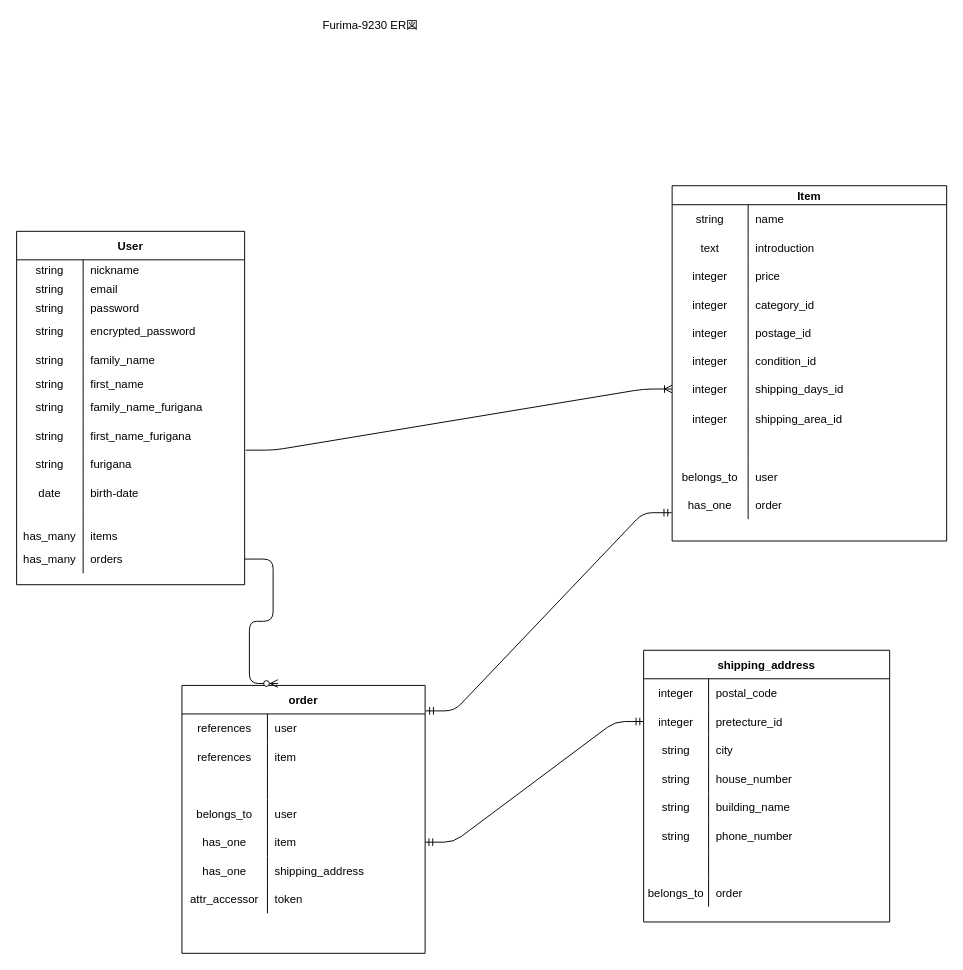
The draw.io diagram test.dio in makuto114/furima-9230, before the edit. Source tidied: cells renumbered, new cells numbered last; positions are measured from the earlier drawing's top-left corner, leaving out a move shared by most shapes. Both pictures are drawn from the tidied source at 95%, with x=0, y=0 at pixel (16, 16).
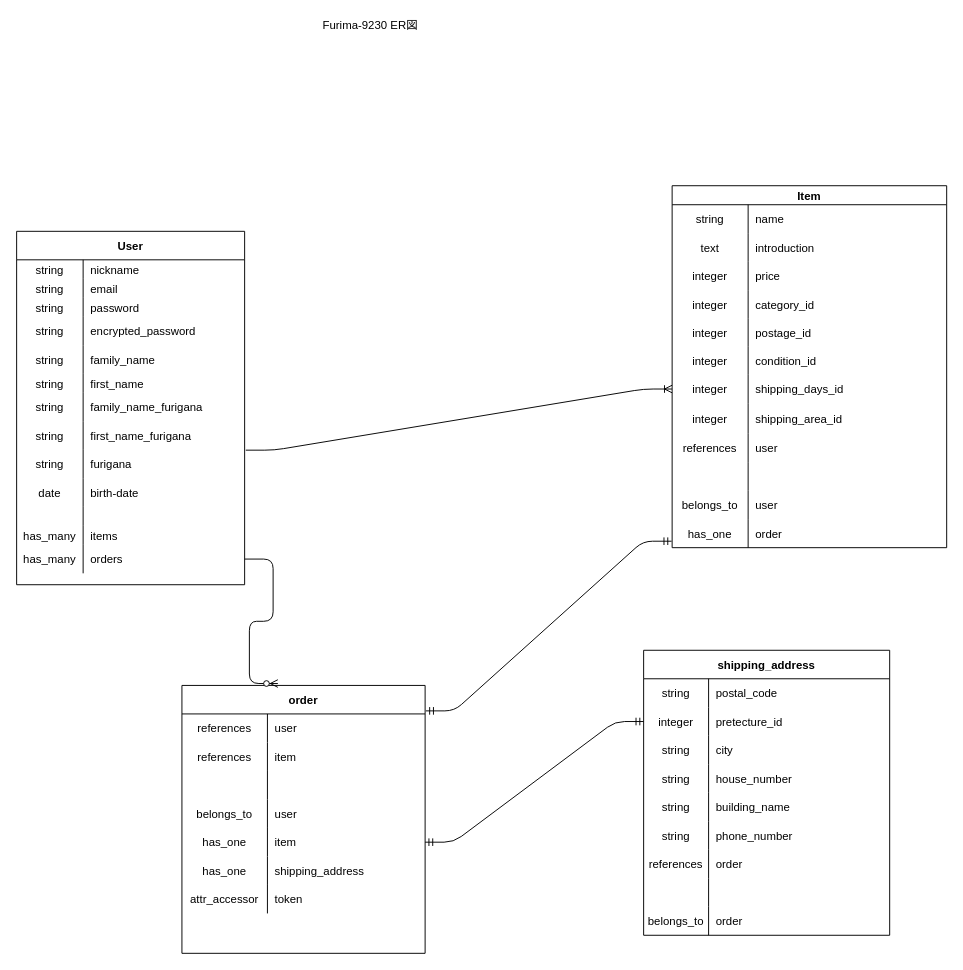
Above is the later version.

The change refers to these unchanged cells:
```xml
<mxCell id="102" style="shape=partialRectangle;fillColor=none;top=0;left=0;bottom=0;right=0;" parent="101" vertex="1">
  <mxGeometry y="30" width="259" height="30" as="geometry" />
</mxCell>
```

Change to the diagram source:
```diff
@@
     <mxCell id="42" value="Item" style="shape=table;startSize=20;childLayout=tableLayout;rowLines=0;fontStyle=1;align=center;" parent="1" vertex="1">
-      <mxGeometry x="690" y="178" width="289" height="374" as="geometry" />
+      <mxGeometry x="690" y="178" width="289" height="381" as="geometry" />
     </mxCell>
@@
+    <mxCell id="128" style="shape=partialRectangle;fillColor=none;top=0;left=0;bottom=0;right=0;" parent="42" vertex="1">
+      <mxGeometry y="261" width="289" height="30" as="geometry" />
+    </mxCell>
+    <mxCell id="129" value="references" style="shape=partialRectangle;fillColor=none;top=0;left=0;bottom=0;right=0;overflow=hidden;" parent="128" vertex="1">
+      <mxGeometry width="80" height="30" as="geometry" />
+    </mxCell>
+    <mxCell id="130" value="user" style="shape=partialRectangle;fillColor=none;top=0;left=0;bottom=0;right=0;align=left;spacingLeft=6;overflow=hidden;" parent="128" vertex="1">
+      <mxGeometry x="80" width="209" height="30" as="geometry" />
+    </mxCell>
     <mxCell id="67" style="shape=partialRectangle;fillColor=none;top=0;left=0;bottom=0;right=0;" parent="42" vertex="1">
-      <mxGeometry y="261" width="289" height="30" as="geometry" />
+      <mxGeometry y="291" width="289" height="30" as="geometry" />
     </mxCell>
@@
     <mxCell id="70" style="shape=partialRectangle;fillColor=none;top=0;left=0;bottom=0;right=0;" parent="42" vertex="1">
-      <mxGeometry y="291" width="289" height="30" as="geometry" />
+      <mxGeometry y="321" width="289" height="30" as="geometry" />
     </mxCell>
@@
     <mxCell id="73" style="shape=partialRectangle;fillColor=none;top=0;left=0;bottom=0;right=0;points=[[0,0.5],[1,0.5]];portConstraint=eastwest;" parent="42" vertex="1">
-      <mxGeometry y="321" width="289" height="30" as="geometry" />
+      <mxGeometry y="351" width="289" height="30" as="geometry" />
     </mxCell>
@@
     <mxCell id="101" value="shipping_address" style="shape=table;startSize=30;childLayout=tableLayout;rowLines=0;fontStyle=1;align=center;" parent="1" vertex="1">
-      <mxGeometry x="660" y="667" width="259" height="286" as="geometry" />
+      <mxGeometry x="660" y="667" width="259" height="300" as="geometry" />
     </mxCell>
@@
-    <mxCell id="103" value="integer" style="shape=partialRectangle;fillColor=none;top=0;left=0;bottom=0;right=0;overflow=hidden;" parent="102" vertex="1">
+    <mxCell id="103" value="string" style="shape=partialRectangle;fillColor=none;top=0;left=0;bottom=0;right=0;overflow=hidden;" parent="102" vertex="1">
       <mxGeometry width="68.4" height="30" as="geometry" />
     </mxCell>
@@
+    <mxCell id="131" style="shape=partialRectangle;fillColor=none;top=0;left=0;bottom=0;right=0;" parent="101" vertex="1">
+      <mxGeometry y="210" width="259" height="30" as="geometry" />
+    </mxCell>
+    <mxCell id="132" value="references" style="shape=partialRectangle;fillColor=none;top=0;left=0;bottom=0;right=0;overflow=hidden;" parent="131" vertex="1">
+      <mxGeometry width="68.4" height="30" as="geometry" />
+    </mxCell>
+    <mxCell id="133" value="order" style="shape=partialRectangle;fillColor=none;top=0;left=0;bottom=0;right=0;align=left;spacingLeft=6;overflow=hidden;" parent="131" vertex="1">
+      <mxGeometry x="68.4" width="190.6" height="30" as="geometry" />
+    </mxCell>
     <mxCell id="120" style="shape=partialRectangle;fillColor=none;top=0;left=0;bottom=0;right=0;" parent="101" vertex="1">
-      <mxGeometry y="210" width="259" height="30" as="geometry" />
+      <mxGeometry y="240" width="259" height="30" as="geometry" />
     </mxCell>
@@
     <mxCell id="123" style="shape=partialRectangle;fillColor=none;top=0;left=0;bottom=0;right=0;" parent="101" vertex="1">
-      <mxGeometry y="240" width="259" height="30" as="geometry" />
+      <mxGeometry y="270" width="259" height="30" as="geometry" />
     </mxCell>
```
